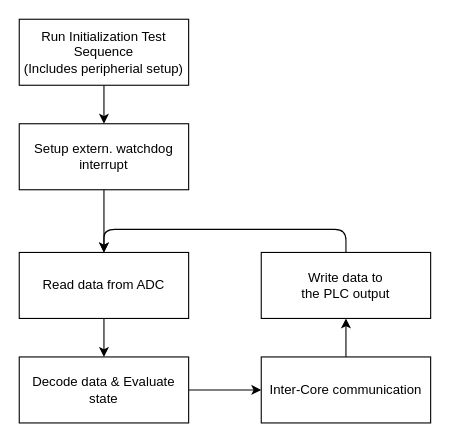
This is schematic/05-sw-flow-running-SIL.drawio from petrkucerak/diplom-thesis, a draw.io file, before an edit. Source tidied: cells renumbered, new cells numbered last; positions are measured from the earlier drawing's top-left corner, leaving out a move shared by most shapes. Both pictures are drawn from the tidied source at 110%, with x=0, y=0 at pixel (-197, 19).
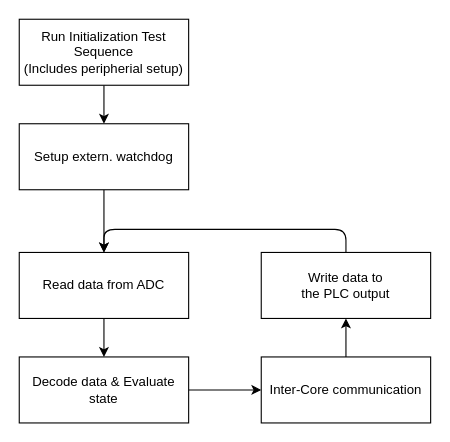
The same page after the edit.

Change to the diagram source:
```diff
@@
 <mxGraphModel>
   <root>
     <mxCell id="0" />
     <mxCell id="1" parent="0" />
     <mxCell id="2" style="edgeStyle=orthogonalEdgeStyle;html=1;exitX=0.5;exitY=1;exitDx=0;exitDy=0;entryX=0.5;entryY=0;entryDx=0;entryDy=0;" parent="1" edge="1">
       <mxGeometry relative="1" as="geometry">
         <mxPoint x="0.5" y="638" as="targetPoint" />
         <Array as="points">
           <mxPoint y="1049" />
           <mxPoint x="117" y="1049" />
           <mxPoint x="117" y="605" />
           <mxPoint y="605" />
         </Array>
       </mxGeometry>
     </mxCell>
     <mxCell id="3" value="Read data from ADC" style="rounded=0;whiteSpace=wrap;html=1;" parent="1" vertex="1">
       <mxGeometry x="196" y="212" width="154" height="60" as="geometry" />
     </mxCell>
     <mxCell id="4" style="edgeStyle=none;html=1;exitX=1;exitY=0.5;exitDx=0;exitDy=0;" parent="1" edge="1" source="5" target="7">
       <mxGeometry relative="1" as="geometry" />
     </mxCell>
     <mxCell id="5" value="Decode data &amp;amp; Evaluate state" style="rounded=0;whiteSpace=wrap;html=1;" parent="1" vertex="1">
       <mxGeometry x="196" y="307" width="154" height="60" as="geometry" />
     </mxCell>
     <mxCell id="6" style="edgeStyle=none;html=1;exitX=0.5;exitY=0;exitDx=0;exitDy=0;" parent="1" edge="1" source="7" target="9">
       <mxGeometry relative="1" as="geometry" />
     </mxCell>
     <mxCell id="7" value="Inter-Core communication" style="rounded=0;whiteSpace=wrap;html=1;" parent="1" vertex="1">
       <mxGeometry x="416" y="307" width="154" height="60" as="geometry" />
     </mxCell>
     <mxCell id="8" style="edgeStyle=orthogonalEdgeStyle;html=1;exitX=0.5;exitY=0;exitDx=0;exitDy=0;entryX=0.5;entryY=0;entryDx=0;entryDy=0;" parent="1" edge="1" source="9" target="3">
       <mxGeometry relative="1" as="geometry">
         <Array as="points">
           <mxPoint x="493" y="191" />
           <mxPoint x="273" y="191" />
         </Array>
       </mxGeometry>
     </mxCell>
     <mxCell id="9" value="Write data to&lt;br&gt;the PLC output" style="rounded=0;whiteSpace=wrap;html=1;" parent="1" vertex="1">
       <mxGeometry x="416" y="212" width="154" height="60" as="geometry" />
     </mxCell>
     <mxCell id="10" style="edgeStyle=none;html=1;exitX=0.5;exitY=1;exitDx=0;exitDy=0;" parent="1" edge="1" source="3" target="5">
       <mxGeometry relative="1" as="geometry" />
     </mxCell>
     <mxCell id="11" style="edgeStyle=none;html=1;exitX=0.5;exitY=1;exitDx=0;exitDy=0;" parent="1" edge="1" source="12" target="14">
       <mxGeometry relative="1" as="geometry" />
     </mxCell>
     <mxCell id="12" value="Run Initialization Test Sequence&lt;br&gt;(Includes peripherial setup)" style="rounded=0;whiteSpace=wrap;html=1;" parent="1" vertex="1">
       <mxGeometry x="196" width="154" height="60" as="geometry" />
     </mxCell>
     <mxCell id="13" style="edgeStyle=none;html=1;exitX=0.5;exitY=1;exitDx=0;exitDy=0;" parent="1" edge="1" source="14" target="3">
       <mxGeometry relative="1" as="geometry" />
     </mxCell>
-    <mxCell id="14" value="Setup extern. watchdog interrupt" style="rounded=0;whiteSpace=wrap;html=1;" parent="1" vertex="1">
+    <mxCell id="14" value="Setup extern. watchdog" style="rounded=0;whiteSpace=wrap;html=1;" parent="1" vertex="1">
       <mxGeometry x="196" y="95" width="154" height="60" as="geometry" />
     </mxCell>
   </root>
 </mxGraphModel>
```
